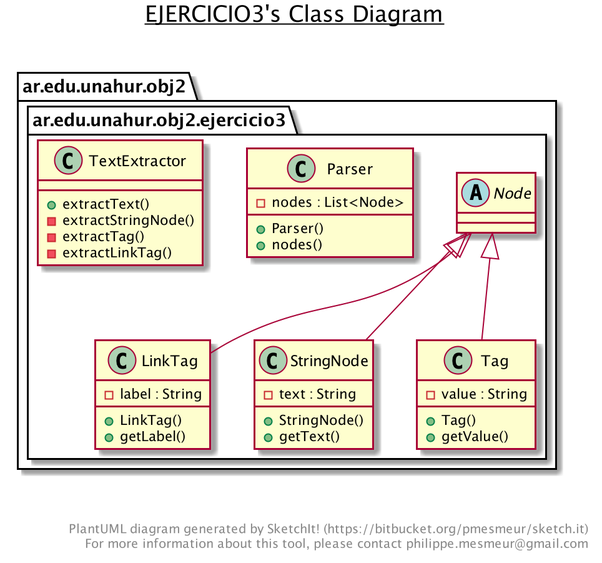
obj2-unahur/guia-ejercicios-patrones keeps this PlantUML diagram as ejercicio3.png. Above is the earlier version. The source it was exported from:
```plantuml
@startuml

title __EJERCICIO3's Class Diagram__\n

  package ar.edu.unahur.obj2 {
    package ar.edu.unahur.obj2.ejercicio3 {
      class LinkTag {
          - label : String
          + LinkTag()
          + getLabel()
      }
    }
  }


  package ar.edu.unahur.obj2 {
    package ar.edu.unahur.obj2.ejercicio3 {
      abstract class Node {
      }
    }
  }


  package ar.edu.unahur.obj2 {
    package ar.edu.unahur.obj2.ejercicio3 {
      class Parser {
          - nodes : List<Node>
          + Parser()
          + nodes()
      }
    }
  }


  package ar.edu.unahur.obj2 {
    package ar.edu.unahur.obj2.ejercicio3 {
      class StringNode {
          - text : String
          + StringNode()
          + getText()
      }
    }
  }


  package ar.edu.unahur.obj2 {
    package ar.edu.unahur.obj2.ejercicio3 {
      class Tag {
          - value : String
          + Tag()
          + getValue()
      }
    }
  }


  package ar.edu.unahur.obj2 {
    package ar.edu.unahur.obj2.ejercicio3 {
      class TextExtractor {
          + extractText()
          - extractStringNode()
          - extractTag()
          - extractLinkTag()
      }
    }
  }


  LinkTag -up-|> Node
  StringNode -up-|> Node
  Tag -up-|> Node


right footer


PlantUML diagram generated by SketchIt! (https://bitbucket.org/pmesmeur/sketch.it)
For more information about this tool, please contact philippe.mesmeur@gmail.com
endfooter

@enduml
```
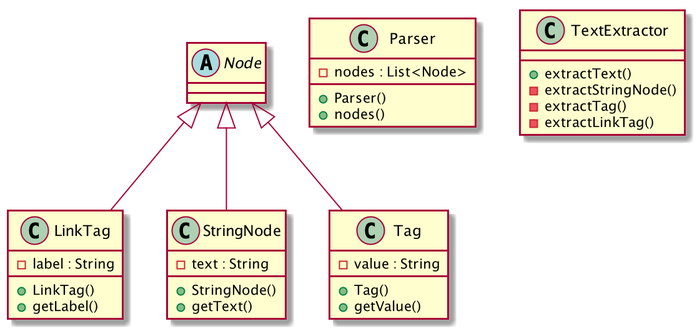
Above is the later version.

What changed in the source:
```diff
@@ -1,68 +1,40 @@
 @startuml
 
-title __EJERCICIO3's Class Diagram__\n
+  class LinkTag {
+      - label : String
+      + LinkTag()
+      + getLabel()
+  }
 
-  package ar.edu.unahur.obj2 {
-    package ar.edu.unahur.obj2.ejercicio3 {
-      class LinkTag {
-          - label : String
-          + LinkTag()
-          + getLabel()
-      }
-    }
+  abstract class Node {
   }
 
 
-  package ar.edu.unahur.obj2 {
-    package ar.edu.unahur.obj2.ejercicio3 {
-      abstract class Node {
-      }
-    }
+  class Parser {
+      - nodes : List<Node>
+      + Parser()
+      + nodes()
+  }
+
+  class StringNode {
+      - text : String
+      + StringNode()
+      + getText()
   }
 
 
-  package ar.edu.unahur.obj2 {
-    package ar.edu.unahur.obj2.ejercicio3 {
-      class Parser {
-          - nodes : List<Node>
-          + Parser()
-          + nodes()
-      }
-    }
+  class Tag {
+      - value : String
+      + Tag()
+      + getValue()
   }
 
 
-  package ar.edu.unahur.obj2 {
-    package ar.edu.unahur.obj2.ejercicio3 {
-      class StringNode {
-          - text : String
-          + StringNode()
-          + getText()
-      }
-    }
-  }
-
-
-  package ar.edu.unahur.obj2 {
-    package ar.edu.unahur.obj2.ejercicio3 {
-      class Tag {
-          - value : String
-          + Tag()
-          + getValue()
-      }
-    }
-  }
-
-
-  package ar.edu.unahur.obj2 {
-    package ar.edu.unahur.obj2.ejercicio3 {
-      class TextExtractor {
-          + extractText()
-          - extractStringNode()
-          - extractTag()
-          - extractLinkTag()
-      }
-    }
+  class TextExtractor {
+      + extractText()
+      - extractStringNode()
+      - extractTag()
+      - extractLinkTag()
   }
 
 
@@ -71,11 +43,4 @@
   Tag -up-|> Node
 
 
-right footer
-
-
-PlantUML diagram generated by SketchIt! (https://bitbucket.org/pmesmeur/sketch.it)
-For more information about this tool, please contact philippe.mesmeur@gmail.com
-endfooter
-
 @enduml
```
